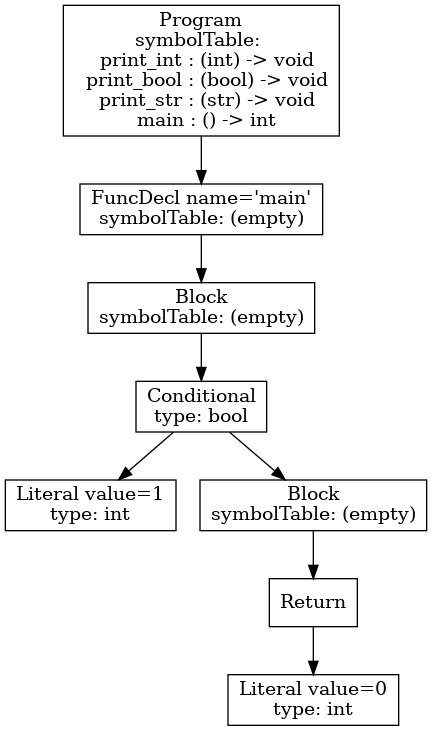
Above: ast.png in ecila1011/P3 (Graphviz), before the change. Its source is kept beside it as ast.dot.
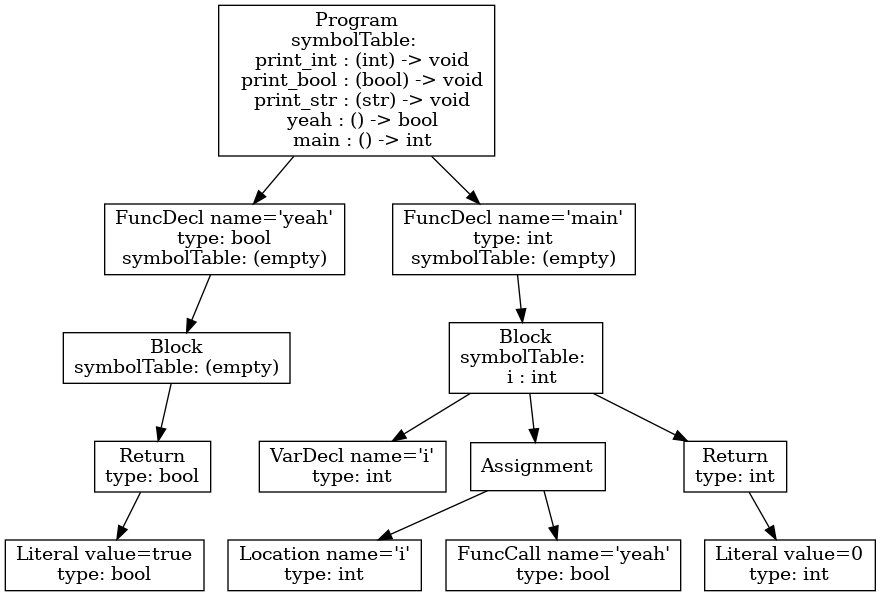
The same diagram one commit later.

Change to the diagram source:
```diff
@@ -1,17 +1,27 @@
 digraph AST {
-4 [shape=box, label="Literal value=1\ntype: int"];
-7 [shape=box, label="Literal value=0\ntype: int"];
-6 [shape=box, label="Return"];
-6 -> 7;
-5 [shape=box, label="Block\nsymbolTable: (empty)"];
-5 -> 6;
-3 [shape=box, label="Conditional\ntype: bool"];
+4 [shape=box, label="Literal value=true\ntype: bool"];
+3 [shape=box, label="Return\ntype: bool"];
 3 -> 4;
-3 -> 5;
 2 [shape=box, label="Block\nsymbolTable: (empty)"];
 2 -> 3;
-1 [shape=box, label="FuncDecl name='main'\nsymbolTable: (empty)"];
+1 [shape=box, label="FuncDecl name='yeah'\ntype: bool\nsymbolTable: (empty)"];
 1 -> 2;
-0 [shape=box, label="Program\nsymbolTable: \n  print_int : (int) -> void\n  print_bool : (bool) -> void\n  print_str : (str) -> void\n  main : () -> int"];
+7 [shape=box, label="VarDecl name='i'\ntype: int"];
+9 [shape=box, label="Location name='i'\ntype: int"];
+10 [shape=box, label="FuncCall name='yeah'\ntype: bool"];
+8 [shape=box, label="Assignment"];
+8 -> 9;
+8 -> 10;
+12 [shape=box, label="Literal value=0\ntype: int"];
+11 [shape=box, label="Return\ntype: int"];
+11 -> 12;
+6 [shape=box, label="Block\nsymbolTable: \n  i : int"];
+6 -> 7;
+6 -> 8;
+6 -> 11;
+5 [shape=box, label="FuncDecl name='main'\ntype: int\nsymbolTable: (empty)"];
+5 -> 6;
+0 [shape=box, label="Program\nsymbolTable: \n  print_int : (int) -> void\n  print_bool : (bool) -> void\n  print_str : (str) -> void\n  yeah : () -> bool\n  main : () -> int"];
 0 -> 1;
+0 -> 5;
 }
```
